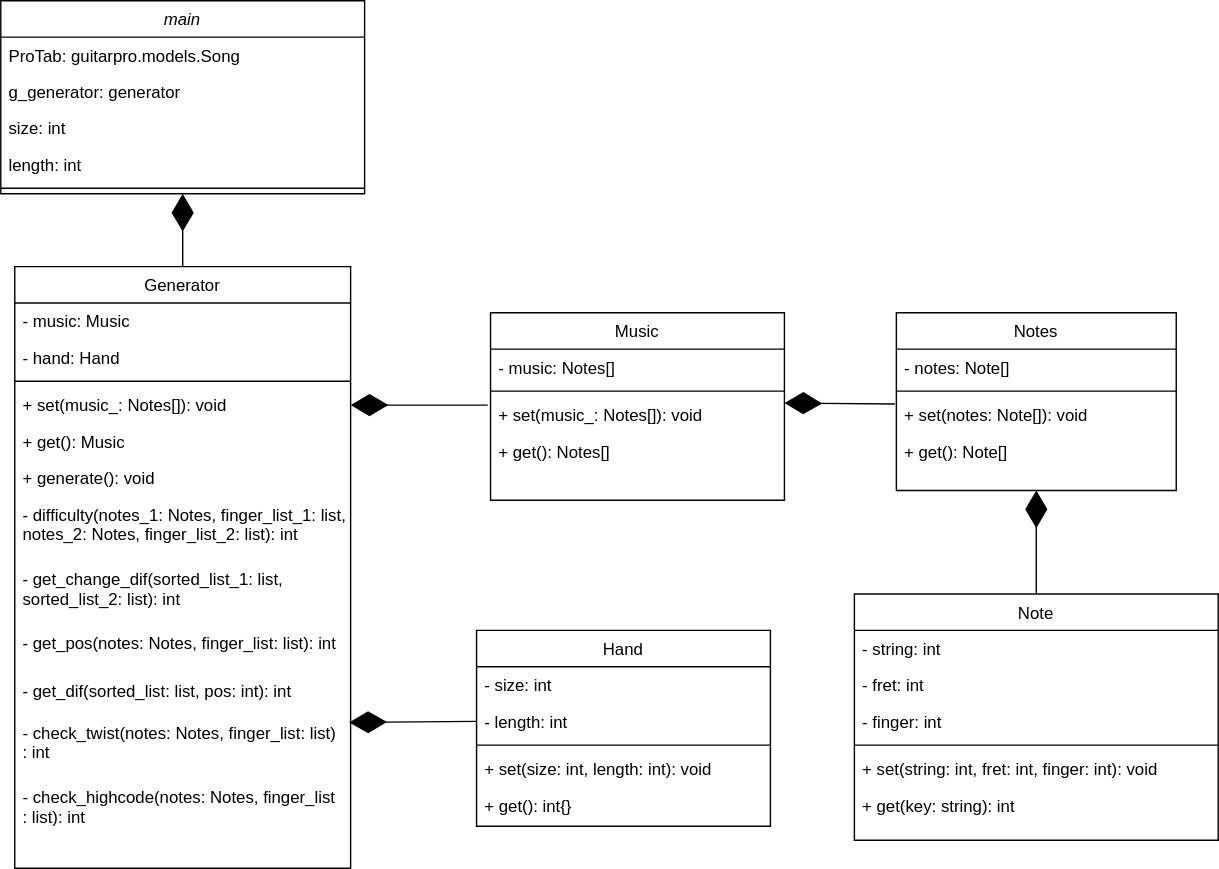
This is docs/diagram/guitar_fingering_generator.svg from boy-min/Guitar-Fingering-Generator, a draw.io export, as it was before one commit. Source tidied: cells renumbered, new cells last; positions are measured from the earlier drawing's top-left corner, leaving out a move shared by most shapes. Source of this version:
```xml
<mxGraphModel>
  <root>
    <mxCell id="0" />
    <mxCell id="1" parent="0" />
    <mxCell id="2" value="main" style="swimlane;fontStyle=2;align=center;verticalAlign=top;horizontal=1;startSize=26;rounded=0;shadow=0;strokeWidth=1;" parent="1" vertex="1">
      <mxGeometry width="260" height="138" as="geometry" />
    </mxCell>
    <mxCell id="3" value="ProTab: guitarpro.models.Song" style="text;align=left;verticalAlign=top;spacingLeft=4;spacingRight=4;overflow=hidden;" parent="2" vertex="1">
      <mxGeometry y="26" width="260" height="26" as="geometry" />
    </mxCell>
    <mxCell id="4" value="g_generator: generator" style="text;align=left;verticalAlign=top;spacingLeft=4;spacingRight=4;overflow=hidden;" parent="2" vertex="1">
      <mxGeometry y="52" width="260" height="26" as="geometry" />
    </mxCell>
    <mxCell id="5" value="size: int" style="text;align=left;verticalAlign=top;spacingLeft=4;spacingRight=4;overflow=hidden;" parent="2" vertex="1">
      <mxGeometry y="78" width="260" height="26" as="geometry" />
    </mxCell>
    <mxCell id="6" value="length: int" style="text;align=left;verticalAlign=top;spacingLeft=4;spacingRight=4;overflow=hidden;" parent="2" vertex="1">
      <mxGeometry y="104" width="260" height="26" as="geometry" />
    </mxCell>
    <mxCell id="7" style="line;html=1;strokeWidth=1;align=left;verticalAlign=middle;spacingTop=-1;spacingLeft=3;spacingRight=3;labelPosition=right;" parent="2" vertex="1">
      <mxGeometry y="130" width="260" height="8" as="geometry" />
    </mxCell>
    <mxCell id="8" value="Notes" style="swimlane;fontStyle=0;align=center;verticalAlign=top;horizontal=1;startSize=26;rounded=0;shadow=0;strokeWidth=1;" parent="1" vertex="1">
      <mxGeometry x="640" y="223" width="200" height="127" as="geometry" />
    </mxCell>
    <mxCell id="9" value="- notes: Note[]" style="text;align=left;verticalAlign=top;spacingLeft=4;spacingRight=4;overflow=hidden;" parent="8" vertex="1">
      <mxGeometry y="26" width="200" height="26" as="geometry" />
    </mxCell>
    <mxCell id="10" style="line;html=1;strokeWidth=1;align=left;verticalAlign=middle;spacingTop=-1;spacingLeft=3;spacingRight=3;labelPosition=right;" parent="8" vertex="1">
      <mxGeometry y="52" width="200" height="8" as="geometry" />
    </mxCell>
    <mxCell id="11" value="+ set(notes: Note[]): void" style="text;align=left;verticalAlign=top;spacingLeft=4;spacingRight=4;overflow=hidden;points=[[0,0.5],[1,0.5]];portConstraint=eastwest;" parent="8" vertex="1">
      <mxGeometry y="60" width="200" height="26" as="geometry" />
    </mxCell>
    <mxCell id="12" value="+ get(): Note[]" style="text;align=left;verticalAlign=top;spacingLeft=4;spacingRight=4;overflow=hidden;" parent="8" vertex="1">
      <mxGeometry y="86" width="200" height="26" as="geometry" />
    </mxCell>
    <mxCell id="13" value="Music" style="swimlane;fontStyle=0;align=center;verticalAlign=top;horizontal=1;startSize=26;rounded=0;shadow=0;strokeWidth=1;" parent="1" vertex="1">
      <mxGeometry x="350" y="223" width="210" height="134" as="geometry" />
    </mxCell>
    <mxCell id="14" value="- music: Notes[]" style="text;align=left;verticalAlign=top;spacingLeft=4;spacingRight=4;overflow=hidden;" parent="13" vertex="1">
      <mxGeometry y="26" width="210" height="26" as="geometry" />
    </mxCell>
    <mxCell id="15" style="line;html=1;strokeWidth=1;align=left;verticalAlign=middle;spacingTop=-1;spacingLeft=3;spacingRight=3;labelPosition=right;" parent="13" vertex="1">
      <mxGeometry y="52" width="210" height="8" as="geometry" />
    </mxCell>
    <mxCell id="16" value="+ set(music_: Notes[]): void" style="text;align=left;verticalAlign=top;spacingLeft=4;spacingRight=4;overflow=hidden;" parent="13" vertex="1">
      <mxGeometry y="60" width="210" height="26" as="geometry" />
    </mxCell>
    <mxCell id="17" value="+ get(): Notes[]" style="text;align=left;verticalAlign=top;spacingLeft=4;spacingRight=4;overflow=hidden;" parent="13" vertex="1">
      <mxGeometry y="86" width="210" height="26" as="geometry" />
    </mxCell>
    <mxCell id="18" value="Note" style="swimlane;fontStyle=0;align=center;verticalAlign=top;horizontal=1;startSize=26;rounded=0;shadow=0;strokeWidth=1;" parent="1" vertex="1">
      <mxGeometry x="610" y="424" width="260" height="176" as="geometry" />
    </mxCell>
    <mxCell id="19" value="- string: int" style="text;align=left;verticalAlign=top;spacingLeft=4;spacingRight=4;overflow=hidden;" parent="18" vertex="1">
      <mxGeometry y="26" width="260" height="26" as="geometry" />
    </mxCell>
    <mxCell id="20" value="- fret: int" style="text;align=left;verticalAlign=top;spacingLeft=4;spacingRight=4;overflow=hidden;" parent="18" vertex="1">
      <mxGeometry y="52" width="260" height="26" as="geometry" />
    </mxCell>
    <mxCell id="21" value="- finger: int" style="text;align=left;verticalAlign=top;spacingLeft=4;spacingRight=4;overflow=hidden;" parent="18" vertex="1">
      <mxGeometry y="78" width="260" height="26" as="geometry" />
    </mxCell>
    <mxCell id="22" style="line;html=1;strokeWidth=1;align=left;verticalAlign=middle;spacingTop=-1;spacingLeft=3;spacingRight=3;labelPosition=right;" parent="18" vertex="1">
      <mxGeometry y="104" width="260" height="8" as="geometry" />
    </mxCell>
    <mxCell id="23" value="+ set(string: int, fret: int, finger: int): void" style="text;align=left;verticalAlign=top;spacingLeft=4;spacingRight=4;overflow=hidden;" parent="18" vertex="1">
      <mxGeometry y="112" width="260" height="26" as="geometry" />
    </mxCell>
    <mxCell id="24" value="+ get(key: string): int" style="text;align=left;verticalAlign=top;spacingLeft=4;spacingRight=4;overflow=hidden;" parent="18" vertex="1">
      <mxGeometry y="138" width="260" height="26" as="geometry" />
    </mxCell>
    <mxCell id="25" value="Hand" style="swimlane;fontStyle=0;align=center;verticalAlign=top;horizontal=1;startSize=26;rounded=0;shadow=0;strokeWidth=1;" parent="1" vertex="1">
      <mxGeometry x="340" y="450" width="210" height="140" as="geometry" />
    </mxCell>
    <mxCell id="26" value="- size: int" style="text;align=left;verticalAlign=top;spacingLeft=4;spacingRight=4;overflow=hidden;" parent="25" vertex="1">
      <mxGeometry y="26" width="210" height="26" as="geometry" />
    </mxCell>
    <mxCell id="27" value="- length: int" style="text;align=left;verticalAlign=top;spacingLeft=4;spacingRight=4;overflow=hidden;points=[[0,0.5],[1,0.5]];portConstraint=eastwest;" parent="25" vertex="1">
      <mxGeometry y="52" width="210" height="26" as="geometry" />
    </mxCell>
    <mxCell id="28" style="line;html=1;strokeWidth=1;align=left;verticalAlign=middle;spacingTop=-1;spacingLeft=3;spacingRight=3;labelPosition=right;" parent="25" vertex="1">
      <mxGeometry y="78" width="210" height="8" as="geometry" />
    </mxCell>
    <mxCell id="29" value="+ set(size: int, length: int): void" style="text;align=left;verticalAlign=top;spacingLeft=4;spacingRight=4;overflow=hidden;" parent="25" vertex="1">
      <mxGeometry y="86" width="210" height="26" as="geometry" />
    </mxCell>
    <mxCell id="30" value="+ get(): int{}" style="text;align=left;verticalAlign=top;spacingLeft=4;spacingRight=4;overflow=hidden;" parent="25" vertex="1">
      <mxGeometry y="112" width="210" height="26" as="geometry" />
    </mxCell>
    <mxCell id="31" value="Generator" style="swimlane;fontStyle=0;align=center;verticalAlign=top;horizontal=1;startSize=26;rounded=0;shadow=0;strokeWidth=1;" parent="1" vertex="1">
      <mxGeometry x="10" y="190" width="240" height="430" as="geometry" />
    </mxCell>
    <mxCell id="32" value="- music: Music" style="text;align=left;verticalAlign=top;spacingLeft=4;spacingRight=4;overflow=hidden;" parent="31" vertex="1">
      <mxGeometry y="26" width="240" height="26" as="geometry" />
    </mxCell>
    <mxCell id="33" value="- hand: Hand" style="text;align=left;verticalAlign=top;spacingLeft=4;spacingRight=4;overflow=hidden;" parent="31" vertex="1">
      <mxGeometry y="52" width="240" height="26" as="geometry" />
    </mxCell>
    <mxCell id="34" style="line;html=1;strokeWidth=1;align=left;verticalAlign=middle;spacingTop=-1;spacingLeft=3;spacingRight=3;labelPosition=right;" parent="31" vertex="1">
      <mxGeometry y="78" width="240" height="8" as="geometry" />
    </mxCell>
    <mxCell id="35" value="+ set(music_: Notes[]): void" style="text;align=left;verticalAlign=top;spacingLeft=4;spacingRight=4;overflow=hidden;points=[[0,0.5],[1,0.5]];portConstraint=eastwest;" parent="31" vertex="1">
      <mxGeometry y="86" width="240" height="26" as="geometry" />
    </mxCell>
    <mxCell id="36" value="+ get(): Music" style="text;align=left;verticalAlign=top;spacingLeft=4;spacingRight=4;overflow=hidden;" parent="31" vertex="1">
      <mxGeometry y="112" width="240" height="26" as="geometry" />
    </mxCell>
    <mxCell id="37" value="+ generate(): void" style="text;align=left;verticalAlign=top;spacingLeft=4;spacingRight=4;overflow=hidden;" parent="31" vertex="1">
      <mxGeometry y="138" width="240" height="26" as="geometry" />
    </mxCell>
    <mxCell id="38" value="- difficulty(notes_1: Notes, finger_list_1: list,&#10;notes_2: Notes, finger_list_2: list): int" style="text;align=left;verticalAlign=top;spacingLeft=4;spacingRight=4;overflow=hidden;" parent="31" vertex="1">
      <mxGeometry y="164" width="240" height="46" as="geometry" />
    </mxCell>
    <mxCell id="39" value="- get_change_dif(sorted_list_1: list,&#10;sorted_list_2: list): int" style="text;align=left;verticalAlign=top;spacingLeft=4;spacingRight=4;overflow=hidden;" parent="31" vertex="1">
      <mxGeometry y="210" width="240" height="46" as="geometry" />
    </mxCell>
    <mxCell id="40" value="- get_pos(notes: Notes, finger_list: list): int" style="text;align=left;verticalAlign=top;spacingLeft=4;spacingRight=4;overflow=hidden;" parent="31" vertex="1">
      <mxGeometry y="256" width="240" height="34" as="geometry" />
    </mxCell>
    <mxCell id="41" value="- get_dif(sorted_list: list, pos: int): int" style="text;align=left;verticalAlign=top;spacingLeft=4;spacingRight=4;overflow=hidden;" parent="31" vertex="1">
      <mxGeometry y="290" width="240" height="30" as="geometry" />
    </mxCell>
    <mxCell id="42" value="- check_twist(notes: Notes, finger_list: list)&#10;: int" style="text;align=left;verticalAlign=top;spacingLeft=4;spacingRight=4;overflow=hidden;points=[[0,0.5],[1,0.5]];portConstraint=eastwest;" parent="31" vertex="1">
      <mxGeometry y="320" width="240" height="46" as="geometry" />
    </mxCell>
    <mxCell id="43" value="- check_highcode(notes: Notes, finger_list&#10;: list): int" style="text;align=left;verticalAlign=top;spacingLeft=4;spacingRight=4;overflow=hidden;" parent="31" vertex="1">
      <mxGeometry y="366" width="240" height="46" as="geometry" />
    </mxCell>
    <mxCell id="44" style="endArrow=diamondThin;endFill=1;endSize=24;html=1;exitX=0.5;exitY=0;exitDx=0;exitDy=0;entryX=0.5;entryY=1;entryDx=0;entryDy=0;" parent="1" edge="1" source="31" target="2">
      <mxGeometry relative="1" as="geometry" />
    </mxCell>
    <mxCell id="45" style="endArrow=diamondThin;endFill=1;endSize=24;html=1;entryX=1;entryY=0.5;entryDx=0;entryDy=0;" parent="1" edge="1" target="35">
      <mxGeometry relative="1" as="geometry">
        <mxPoint x="348" y="289" as="sourcePoint" />
      </mxGeometry>
    </mxCell>
    <mxCell id="46" style="endArrow=diamondThin;endFill=1;endSize=24;html=1;entryX=1;entryY=0.5;entryDx=0;entryDy=0;exitX=-0.005;exitY=0.202;exitDx=0;exitDy=0;exitPerimeter=0;" parent="1" edge="1" source="11">
      <mxGeometry relative="1" as="geometry">
        <mxPoint x="560" y="287.5" as="targetPoint" />
      </mxGeometry>
    </mxCell>
    <mxCell id="47" style="endArrow=diamondThin;endFill=1;endSize=24;html=1;entryX=0.5;entryY=1;entryDx=0;entryDy=0;exitX=0.5;exitY=0;exitDx=0;exitDy=0;" parent="1" edge="1" source="18" target="8">
      <mxGeometry relative="1" as="geometry" />
    </mxCell>
    <mxCell id="48" style="endArrow=diamondThin;endFill=1;endSize=24;html=1;exitX=0;exitY=0.5;exitDx=0;exitDy=0;entryX=0.996;entryY=0.125;entryDx=0;entryDy=0;entryPerimeter=0;" parent="1" edge="1" source="27" target="42">
      <mxGeometry relative="1" as="geometry" />
    </mxCell>
  </root>
</mxGraphModel>
```
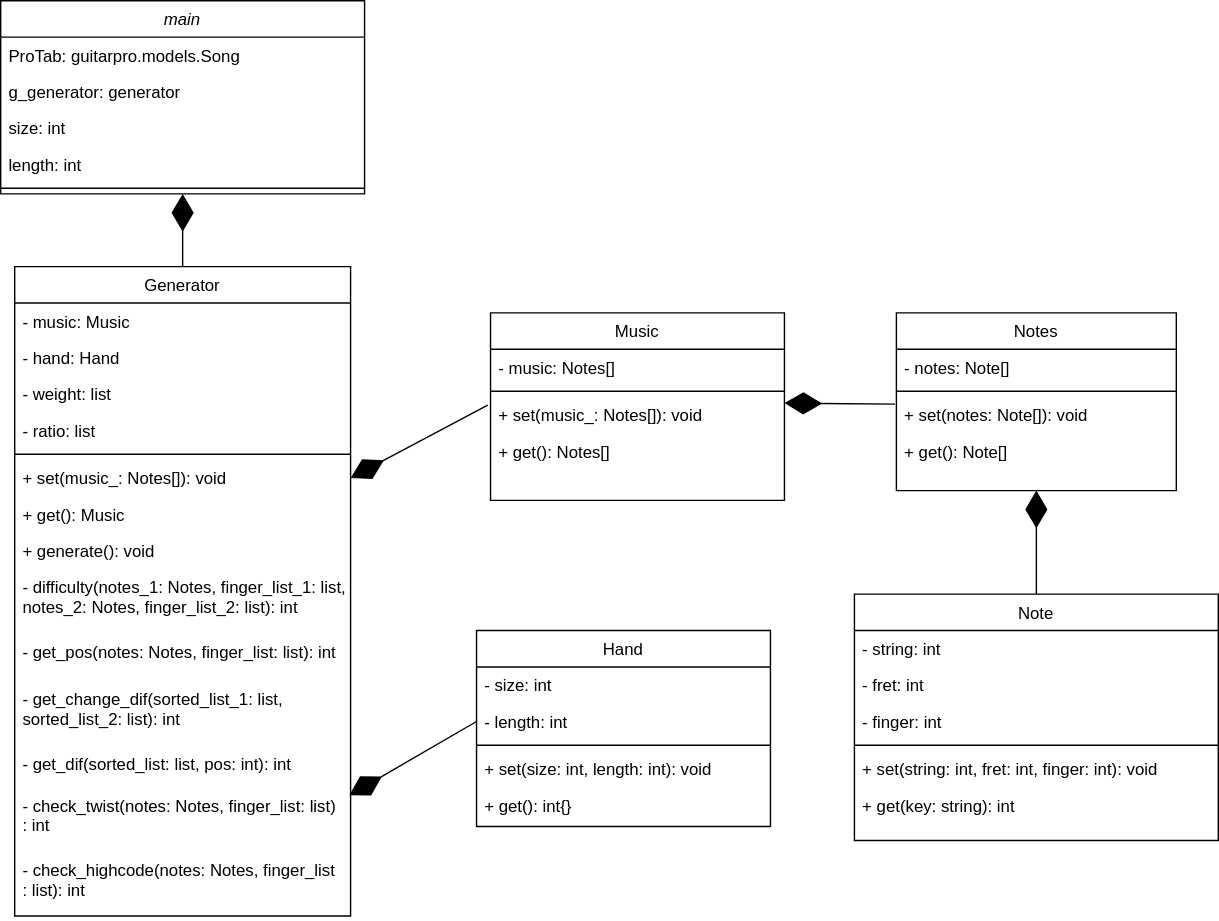
Later version of the same file.

Commit message:
Fix class diagram and delete comment at weight,ratio.

What changed in the source:
```diff
@@ -90,7 +90,7 @@
       <mxGeometry y="112" width="210" height="26" as="geometry" />
     </mxCell>
     <mxCell id="31" value="Generator" style="swimlane;fontStyle=0;align=center;verticalAlign=top;horizontal=1;startSize=26;rounded=0;shadow=0;strokeWidth=1;" parent="1" vertex="1">
-      <mxGeometry x="10" y="190" width="240" height="430" as="geometry" />
+      <mxGeometry x="10" y="190" width="240" height="464" as="geometry" />
     </mxCell>
     <mxCell id="32" value="- music: Music" style="text;align=left;verticalAlign=top;spacingLeft=4;spacingRight=4;overflow=hidden;" parent="31" vertex="1">
       <mxGeometry y="26" width="240" height="26" as="geometry" />
@@ -98,35 +98,41 @@
     <mxCell id="33" value="- hand: Hand" style="text;align=left;verticalAlign=top;spacingLeft=4;spacingRight=4;overflow=hidden;" parent="31" vertex="1">
       <mxGeometry y="52" width="240" height="26" as="geometry" />
     </mxCell>
+    <mxCell id="49" value="- weight: list" style="text;align=left;verticalAlign=top;spacingLeft=4;spacingRight=4;overflow=hidden;" parent="31" vertex="1">
+      <mxGeometry y="78" width="240" height="26" as="geometry" />
+    </mxCell>
+    <mxCell id="50" value="- ratio: list" style="text;align=left;verticalAlign=top;spacingLeft=4;spacingRight=4;overflow=hidden;" parent="31" vertex="1">
+      <mxGeometry y="104" width="240" height="26" as="geometry" />
+    </mxCell>
     <mxCell id="34" style="line;html=1;strokeWidth=1;align=left;verticalAlign=middle;spacingTop=-1;spacingLeft=3;spacingRight=3;labelPosition=right;" parent="31" vertex="1">
-      <mxGeometry y="78" width="240" height="8" as="geometry" />
+      <mxGeometry y="130" width="240" height="8" as="geometry" />
     </mxCell>
     <mxCell id="35" value="+ set(music_: Notes[]): void" style="text;align=left;verticalAlign=top;spacingLeft=4;spacingRight=4;overflow=hidden;points=[[0,0.5],[1,0.5]];portConstraint=eastwest;" parent="31" vertex="1">
-      <mxGeometry y="86" width="240" height="26" as="geometry" />
+      <mxGeometry y="138" width="240" height="26" as="geometry" />
     </mxCell>
     <mxCell id="36" value="+ get(): Music" style="text;align=left;verticalAlign=top;spacingLeft=4;spacingRight=4;overflow=hidden;" parent="31" vertex="1">
-      <mxGeometry y="112" width="240" height="26" as="geometry" />
+      <mxGeometry y="164" width="240" height="26" as="geometry" />
     </mxCell>
     <mxCell id="37" value="+ generate(): void" style="text;align=left;verticalAlign=top;spacingLeft=4;spacingRight=4;overflow=hidden;" parent="31" vertex="1">
-      <mxGeometry y="138" width="240" height="26" as="geometry" />
+      <mxGeometry y="190" width="240" height="26" as="geometry" />
     </mxCell>
     <mxCell id="38" value="- difficulty(notes_1: Notes, finger_list_1: list,&#10;notes_2: Notes, finger_list_2: list): int" style="text;align=left;verticalAlign=top;spacingLeft=4;spacingRight=4;overflow=hidden;" parent="31" vertex="1">
-      <mxGeometry y="164" width="240" height="46" as="geometry" />
+      <mxGeometry y="216" width="240" height="46" as="geometry" />
     </mxCell>
+    <mxCell id="40" value="- get_pos(notes: Notes, finger_list: list): int" style="text;align=left;verticalAlign=top;spacingLeft=4;spacingRight=4;overflow=hidden;" parent="31" vertex="1">
+      <mxGeometry y="262" width="240" height="34" as="geometry" />
+    </mxCell>
     <mxCell id="39" value="- get_change_dif(sorted_list_1: list,&#10;sorted_list_2: list): int" style="text;align=left;verticalAlign=top;spacingLeft=4;spacingRight=4;overflow=hidden;" parent="31" vertex="1">
-      <mxGeometry y="210" width="240" height="46" as="geometry" />
+      <mxGeometry y="296" width="240" height="46" as="geometry" />
     </mxCell>
-    <mxCell id="40" value="- get_pos(notes: Notes, finger_list: list): int" style="text;align=left;verticalAlign=top;spacingLeft=4;spacingRight=4;overflow=hidden;" parent="31" vertex="1">
-      <mxGeometry y="256" width="240" height="34" as="geometry" />
-    </mxCell>
     <mxCell id="41" value="- get_dif(sorted_list: list, pos: int): int" style="text;align=left;verticalAlign=top;spacingLeft=4;spacingRight=4;overflow=hidden;" parent="31" vertex="1">
-      <mxGeometry y="290" width="240" height="30" as="geometry" />
+      <mxGeometry y="342" width="240" height="30" as="geometry" />
     </mxCell>
     <mxCell id="42" value="- check_twist(notes: Notes, finger_list: list)&#10;: int" style="text;align=left;verticalAlign=top;spacingLeft=4;spacingRight=4;overflow=hidden;points=[[0,0.5],[1,0.5]];portConstraint=eastwest;" parent="31" vertex="1">
-      <mxGeometry y="320" width="240" height="46" as="geometry" />
+      <mxGeometry y="372" width="240" height="46" as="geometry" />
     </mxCell>
     <mxCell id="43" value="- check_highcode(notes: Notes, finger_list&#10;: list): int" style="text;align=left;verticalAlign=top;spacingLeft=4;spacingRight=4;overflow=hidden;" parent="31" vertex="1">
-      <mxGeometry y="366" width="240" height="46" as="geometry" />
+      <mxGeometry y="418" width="240" height="46" as="geometry" />
     </mxCell>
     <mxCell id="44" style="endArrow=diamondThin;endFill=1;endSize=24;html=1;exitX=0.5;exitY=0;exitDx=0;exitDy=0;entryX=0.5;entryY=1;entryDx=0;entryDy=0;" parent="1" edge="1" source="31" target="2">
       <mxGeometry relative="1" as="geometry" />
```
